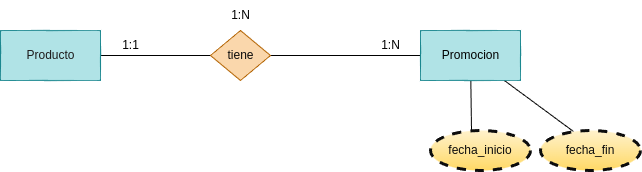
Earlier version of the draw.io export tareas/tarea-3/images/ejercicio14.drawio.png (betancorge/base-datos-2). Source tidied: cells renumbered, new cells last; positions are measured from the earlier drawing's top-left corner, leaving out a move shared by most shapes. Its diagram source:
```xml
<mxGraphModel>
  <root>
    <mxCell id="0" />
    <mxCell id="1" parent="0" />
    <mxCell id="2" style="edgeStyle=none;html=1;entryX=0;entryY=0.5;entryDx=0;entryDy=0;endArrow=none;endFill=0;" parent="1" edge="1" source="3" target="5">
      <mxGeometry relative="1" as="geometry" />
    </mxCell>
    <mxCell id="3" value="&lt;font color=&quot;#1d1b1b&quot;&gt;Producto&lt;/font&gt;" style="html=1;dashed=0;whitespace=wrap;fillColor=#b0e3e6;strokeColor=#0e8088;" parent="1" vertex="1">
      <mxGeometry y="30" width="100" height="50" as="geometry" />
    </mxCell>
    <mxCell id="4" style="edgeStyle=none;html=1;exitX=1;exitY=0.5;exitDx=0;exitDy=0;entryX=0;entryY=0.5;entryDx=0;entryDy=0;endArrow=none;endFill=0;" parent="1" edge="1" source="5" target="8">
      <mxGeometry relative="1" as="geometry" />
    </mxCell>
    <mxCell id="5" value="&lt;font color=&quot;#0a0a0a&quot;&gt;tiene&lt;/font&gt;" style="shape=rhombus;html=1;dashed=0;whitespace=wrap;perimeter=rhombusPerimeter;fillColor=#fad7ac;strokeColor=#b46504;" parent="1" vertex="1">
      <mxGeometry x="210" y="30" width="60" height="50" as="geometry" />
    </mxCell>
    <mxCell id="6" style="edgeStyle=none;html=1;entryX=0.41;entryY=0;entryDx=0;entryDy=0;entryPerimeter=0;endArrow=none;endFill=0;" parent="1" edge="1" source="8" target="12">
      <mxGeometry relative="1" as="geometry" />
    </mxCell>
    <mxCell id="7" style="edgeStyle=none;html=1;entryX=0.33;entryY=0.025;entryDx=0;entryDy=0;entryPerimeter=0;endArrow=none;endFill=0;" parent="1" edge="1" source="8" target="13">
      <mxGeometry relative="1" as="geometry" />
    </mxCell>
    <mxCell id="8" value="&lt;font color=&quot;#000000&quot;&gt;Promocion&lt;/font&gt;" style="html=1;dashed=0;whitespace=wrap;fillColor=#b0e3e6;strokeColor=#0e8088;" parent="1" vertex="1">
      <mxGeometry x="420" y="30" width="100" height="50" as="geometry" />
    </mxCell>
    <mxCell id="9" value="1:N" style="text;html=1;align=center;verticalAlign=middle;strokeColor=none;fillColor=none;" parent="1" vertex="1">
      <mxGeometry x="370" y="30" width="40" height="30" as="geometry" />
    </mxCell>
    <mxCell id="10" value="1:N" style="text;html=1;align=center;verticalAlign=middle;strokeColor=none;fillColor=none;" parent="1" vertex="1">
      <mxGeometry x="220" width="40" height="30" as="geometry" />
    </mxCell>
    <mxCell id="11" value="1:1" style="text;html=1;align=center;verticalAlign=middle;strokeColor=none;fillColor=none;" parent="1" vertex="1">
      <mxGeometry x="110" y="30" width="40" height="30" as="geometry" />
    </mxCell>
    <mxCell id="12" value="&lt;font color=&quot;#0d0d0d&quot;&gt;fecha_inicio&lt;/font&gt;" style="ellipse;whiteSpace=wrap;html=1;align=center;dashed=1;fillColor=#fff2cc;strokeColor=#0D0D0D;strokeWidth=3;gradientColor=#ffd966;" parent="1" vertex="1">
      <mxGeometry x="430" y="130" width="100" height="40" as="geometry" />
    </mxCell>
    <mxCell id="13" value="&lt;font color=&quot;#0d0d0d&quot;&gt;fecha_fin&lt;/font&gt;" style="ellipse;whiteSpace=wrap;html=1;align=center;dashed=1;fillColor=#fff2cc;strokeColor=#0D0D0D;strokeWidth=3;gradientColor=#ffd966;" parent="1" vertex="1">
      <mxGeometry x="540" y="130" width="100" height="40" as="geometry" />
    </mxCell>
  </root>
</mxGraphModel>
```
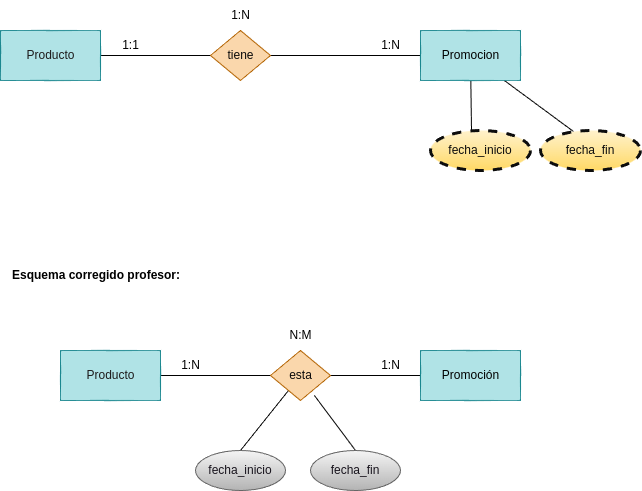
Above is the later version.

Diff of the diagram source:
```diff
@@ -38,5 +38,44 @@
     <mxCell id="13" value="&lt;font color=&quot;#0d0d0d&quot;&gt;fecha_fin&lt;/font&gt;" style="ellipse;whiteSpace=wrap;html=1;align=center;dashed=1;fillColor=#fff2cc;strokeColor=#0D0D0D;strokeWidth=3;gradientColor=#ffd966;" parent="1" vertex="1">
       <mxGeometry x="540" y="130" width="100" height="40" as="geometry" />
     </mxCell>
+    <mxCell id="14" value="&lt;h1 style=&quot;margin-top: 0px;&quot;&gt;&lt;font style=&quot;font-size: 12px;&quot;&gt;Esquema corregido profesor:&lt;/font&gt;&lt;/h1&gt;" style="text;html=1;whiteSpace=wrap;overflow=hidden;rounded=0;" parent="1" vertex="1">
+      <mxGeometry x="10" y="250" width="190" height="50" as="geometry" />
+    </mxCell>
+    <mxCell id="15" style="edgeStyle=none;html=1;entryX=0;entryY=0.5;entryDx=0;entryDy=0;endArrow=none;endFill=0;" parent="1" edge="1" source="16" target="19">
+      <mxGeometry relative="1" as="geometry" />
+    </mxCell>
+    <mxCell id="16" value="&lt;font color=&quot;#1d1b1b&quot;&gt;Producto&lt;/font&gt;" style="html=1;dashed=0;whitespace=wrap;fillColor=#b0e3e6;strokeColor=#0e8088;" parent="1" vertex="1">
+      <mxGeometry x="60" y="350" width="100" height="50" as="geometry" />
+    </mxCell>
+    <mxCell id="17" style="edgeStyle=none;html=1;exitX=1;exitY=0.5;exitDx=0;exitDy=0;entryX=0;entryY=0.5;entryDx=0;entryDy=0;endArrow=none;endFill=0;" parent="1" edge="1" source="19" target="20">
+      <mxGeometry relative="1" as="geometry" />
+    </mxCell>
+    <mxCell id="18" style="edgeStyle=none;html=1;entryX=0.5;entryY=0;entryDx=0;entryDy=0;endArrow=none;endFill=0;" parent="1" edge="1" source="19" target="24">
+      <mxGeometry relative="1" as="geometry" />
+    </mxCell>
+    <mxCell id="19" value="&lt;font color=&quot;#0a0a0a&quot;&gt;esta&lt;/font&gt;" style="shape=rhombus;html=1;dashed=0;whitespace=wrap;perimeter=rhombusPerimeter;fillColor=#fad7ac;strokeColor=#b46504;" parent="1" vertex="1">
+      <mxGeometry x="270" y="350" width="60" height="50" as="geometry" />
+    </mxCell>
+    <mxCell id="20" value="&lt;font color=&quot;#000000&quot;&gt;Promoción&lt;/font&gt;" style="html=1;dashed=0;whitespace=wrap;fillColor=#b0e3e6;strokeColor=#0e8088;" parent="1" vertex="1">
+      <mxGeometry x="420" y="350" width="100" height="50" as="geometry" />
+    </mxCell>
+    <mxCell id="21" value="1:N" style="text;html=1;align=center;verticalAlign=middle;strokeColor=none;fillColor=none;" parent="1" vertex="1">
+      <mxGeometry x="370" y="350" width="40" height="30" as="geometry" />
+    </mxCell>
+    <mxCell id="22" value="1:N" style="text;html=1;align=center;verticalAlign=middle;strokeColor=none;fillColor=none;" parent="1" vertex="1">
+      <mxGeometry x="170" y="350" width="40" height="30" as="geometry" />
+    </mxCell>
+    <mxCell id="23" value="N:M" style="text;html=1;align=center;verticalAlign=middle;strokeColor=none;fillColor=none;" parent="1" vertex="1">
+      <mxGeometry x="275" y="320" width="50" height="30" as="geometry" />
+    </mxCell>
+    <mxCell id="24" value="&lt;font color=&quot;#18141d&quot;&gt;fecha_inicio&lt;/font&gt;" style="ellipse;whiteSpace=wrap;html=1;align=center;fillColor=#f5f5f5;gradientColor=#b3b3b3;strokeColor=#666666;" parent="1" vertex="1">
+      <mxGeometry x="195" y="450" width="90" height="40" as="geometry" />
+    </mxCell>
+    <mxCell id="25" style="edgeStyle=none;html=1;entryX=0.5;entryY=0;entryDx=0;entryDy=0;endArrow=none;endFill=0;exitX=0.733;exitY=0.9;exitDx=0;exitDy=0;exitPerimeter=0;" parent="1" edge="1" source="19" target="26">
+      <mxGeometry relative="1" as="geometry" />
+    </mxCell>
+    <mxCell id="26" value="&lt;font color=&quot;#18141d&quot;&gt;fecha_fin&lt;/font&gt;" style="ellipse;whiteSpace=wrap;html=1;align=center;fillColor=#f5f5f5;gradientColor=#b3b3b3;strokeColor=#666666;" parent="1" vertex="1">
+      <mxGeometry x="310" y="450" width="90" height="40" as="geometry" />
+    </mxCell>
   </root>
 </mxGraphModel>
```
